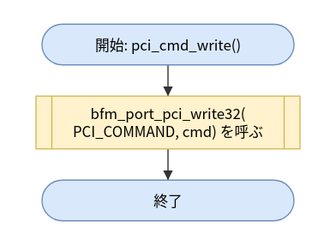
The draw.io diagram doc/spec/images/flow_src_bfm_pci-pci_cmd_write.drawio.svg in hf355051012-ai/bfmem, before a commit. Source tidied: cells renumbered, new cells last; positions are measured from the earlier drawing's top-left corner, leaving out a move shared by most shapes. Source of this version:
```xml
<mxGraphModel>
  <root>
    <mxCell id="0" />
    <mxCell id="1" parent="0" />
    <mxCell id="2" value="開始: pci_cmd_write()" style="rounded=1;arcSize=50;whiteSpace=wrap;html=1;fillColor=#dae8fc;strokeColor=#6c8ebf;" parent="1" vertex="1">
      <mxGeometry x="5" width="210" height="34" as="geometry" />
    </mxCell>
    <mxCell id="3" value="bfm_port_pci_write32(&lt;br&gt;PCI_COMMAND, cmd) を呼ぶ" style="shape=process;whiteSpace=wrap;html=1;backgroundOutline=1;size=0.06;fillColor=#fff2cc;strokeColor=#d6b656;" parent="1" vertex="1">
      <mxGeometry y="60" width="220" height="44" as="geometry" />
    </mxCell>
    <mxCell id="4" value="終了" style="rounded=1;arcSize=50;whiteSpace=wrap;html=1;fillColor=#dae8fc;strokeColor=#6c8ebf;" parent="1" vertex="1">
      <mxGeometry x="5" y="130" width="210" height="34" as="geometry" />
    </mxCell>
    <mxCell id="5" style="edgeStyle=none;html=1;rounded=0;endArrow=block;endFill=1;exitX=0.5000;exitY=1.0000;exitDx=0;exitDy=0;exitPerimeter=0;entryX=0.5000;entryY=0.0000;entryDx=0;entryDy=0;entryPerimeter=0;" parent="1" edge="1" source="2" target="3">
      <mxGeometry relative="1" as="geometry" />
    </mxCell>
    <mxCell id="6" style="edgeStyle=none;html=1;rounded=0;endArrow=block;endFill=1;exitX=0.5000;exitY=1.0000;exitDx=0;exitDy=0;exitPerimeter=0;entryX=0.5000;entryY=0.0000;entryDx=0;entryDy=0;entryPerimeter=0;" parent="1" edge="1" source="3" target="4">
      <mxGeometry relative="1" as="geometry" />
    </mxCell>
  </root>
</mxGraphModel>
```
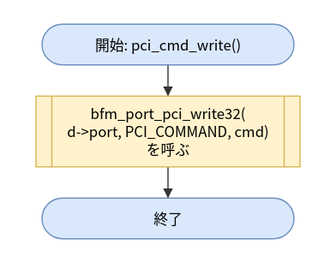
The same file after the commit.

What changed in the source:
```diff
@@ -5,11 +5,11 @@
     <mxCell id="2" value="開始: pci_cmd_write()" style="rounded=1;arcSize=50;whiteSpace=wrap;html=1;fillColor=#dae8fc;strokeColor=#6c8ebf;" parent="1" vertex="1">
       <mxGeometry x="5" width="210" height="34" as="geometry" />
     </mxCell>
-    <mxCell id="3" value="bfm_port_pci_write32(&lt;br&gt;PCI_COMMAND, cmd) を呼ぶ" style="shape=process;whiteSpace=wrap;html=1;backgroundOutline=1;size=0.06;fillColor=#fff2cc;strokeColor=#d6b656;" parent="1" vertex="1">
-      <mxGeometry y="60" width="220" height="44" as="geometry" />
+    <mxCell id="3" value="bfm_port_pci_write32(&lt;br&gt;d-&amp;gt;port, PCI_COMMAND, cmd)&lt;br&gt;を呼ぶ" style="shape=process;whiteSpace=wrap;html=1;backgroundOutline=1;size=0.06;fillColor=#fff2cc;strokeColor=#d6b656;" parent="1" vertex="1">
+      <mxGeometry y="60" width="220" height="59" as="geometry" />
     </mxCell>
     <mxCell id="4" value="終了" style="rounded=1;arcSize=50;whiteSpace=wrap;html=1;fillColor=#dae8fc;strokeColor=#6c8ebf;" parent="1" vertex="1">
-      <mxGeometry x="5" y="130" width="210" height="34" as="geometry" />
+      <mxGeometry x="5" y="145" width="210" height="34" as="geometry" />
     </mxCell>
     <mxCell id="5" style="edgeStyle=none;html=1;rounded=0;endArrow=block;endFill=1;exitX=0.5000;exitY=1.0000;exitDx=0;exitDy=0;exitPerimeter=0;entryX=0.5000;entryY=0.0000;entryDx=0;entryDy=0;entryPerimeter=0;" parent="1" edge="1" source="2" target="3">
       <mxGeometry relative="1" as="geometry" />
```
